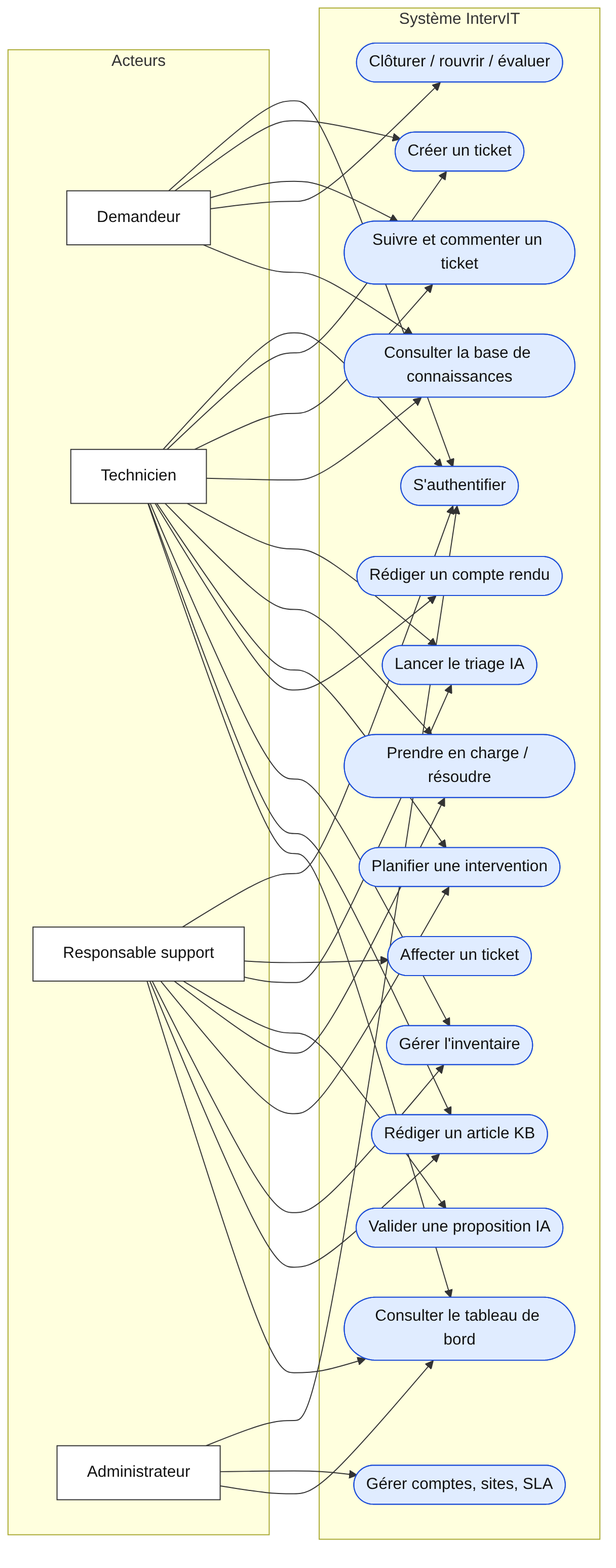
Above: docs/diagrams/02-cas-utilisation.png in domoufan/itsn (Mermaid), before the change. Its source is kept beside it as docs/diagrams/02-cas-utilisation.mmd.
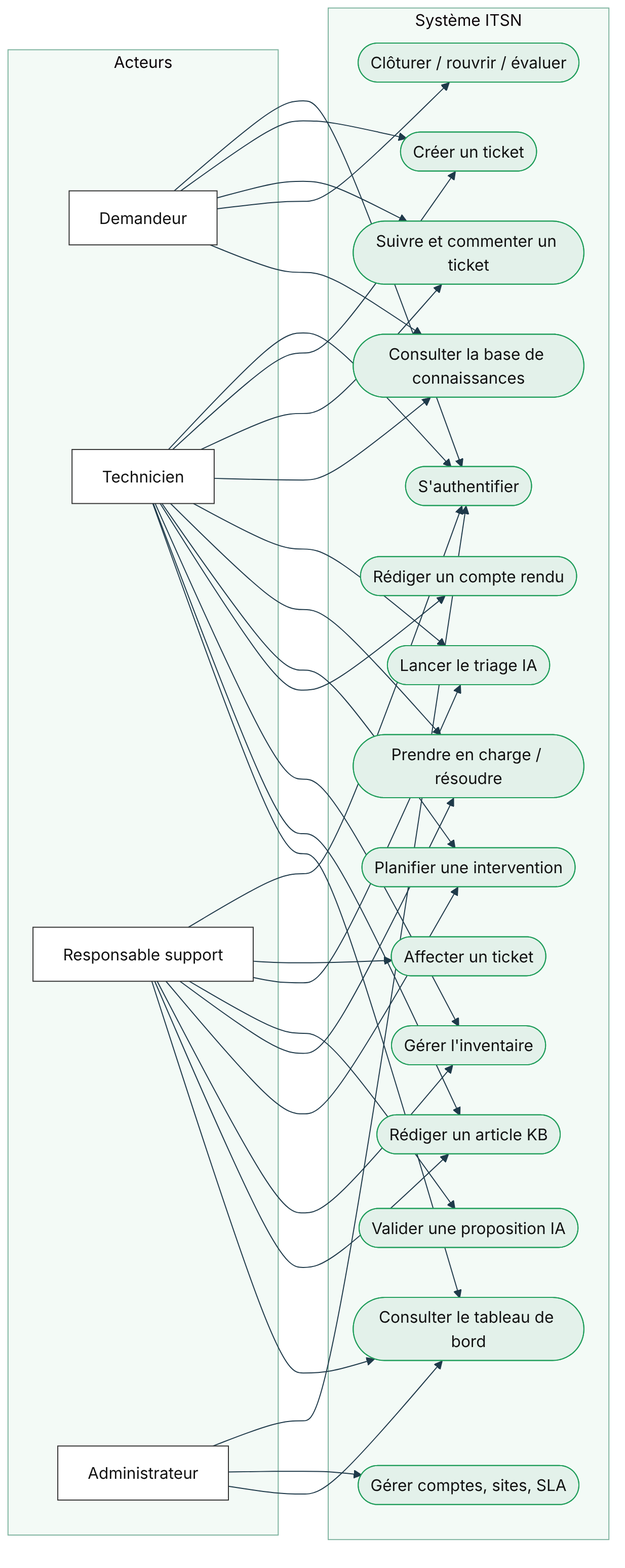
The same diagram one commit later.

Diff of the diagram source:
```diff
@@ -1,6 +1,6 @@
 flowchart LR
     classDef actor fill:#fff,stroke:#333,color:#111
-    classDef uc fill:#e0ecff,stroke:#1d4ed8,color:#111,rx:30,ry:30
+    classDef uc fill:#E3F1EA,stroke:#1F9D5A,color:#111,rx:30,ry:30
     subgraph Acteurs
         D[Demandeur]:::actor
         T[Technicien]:::actor
```
